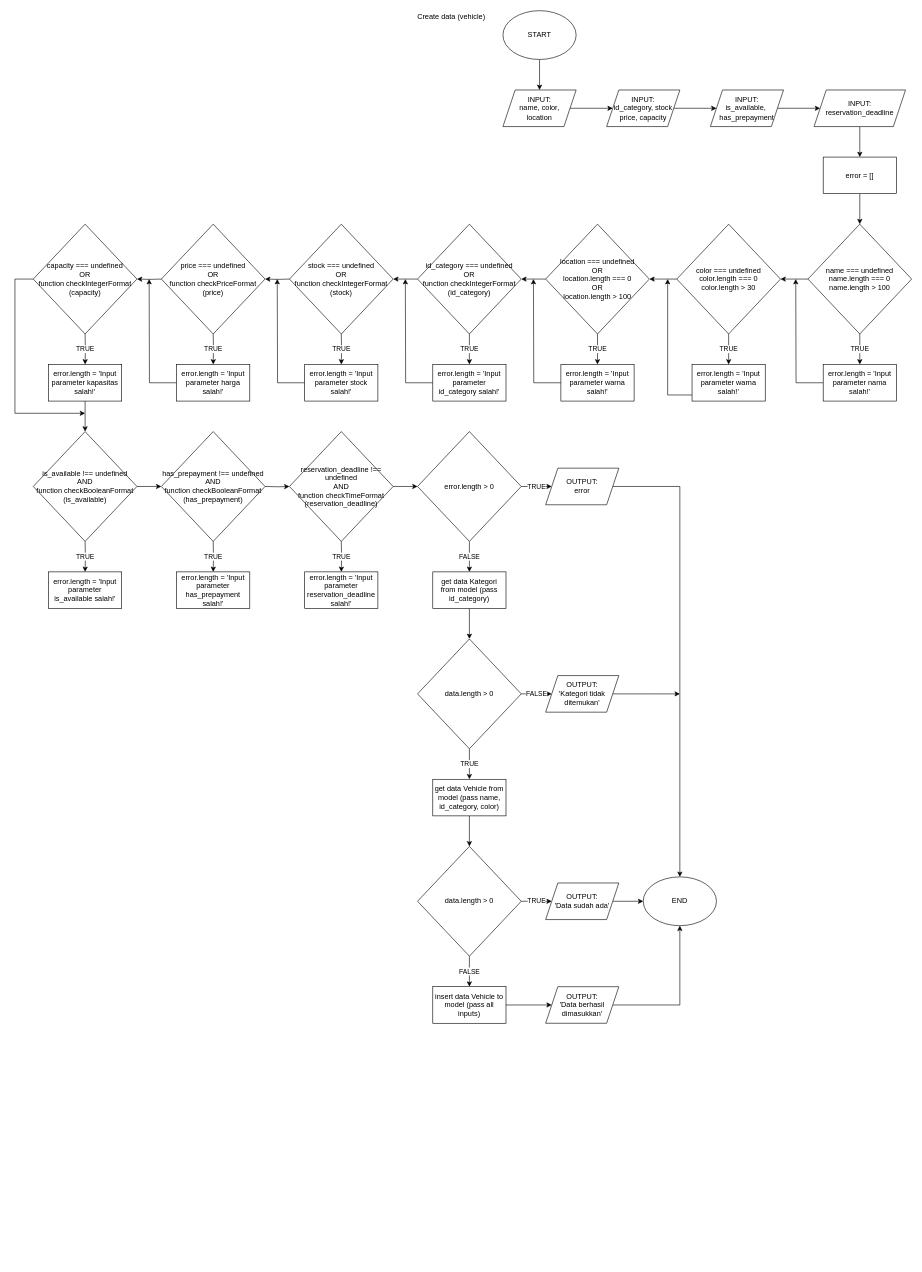
This is page "Insert data (vehicle)" (2 of 6) of drawio/flowchart.drawio from 7shiroi/fw5-backend-beginner, a draw.io file, before an edit. Source tidied: cells renumbered, new cells numbered last; positions are measured from the earlier drawing's top-left corner, leaving out a move shared by most shapes. Both pictures are drawn from the tidied source at 61%, with x=0, y=0 at pixel (15, 10).
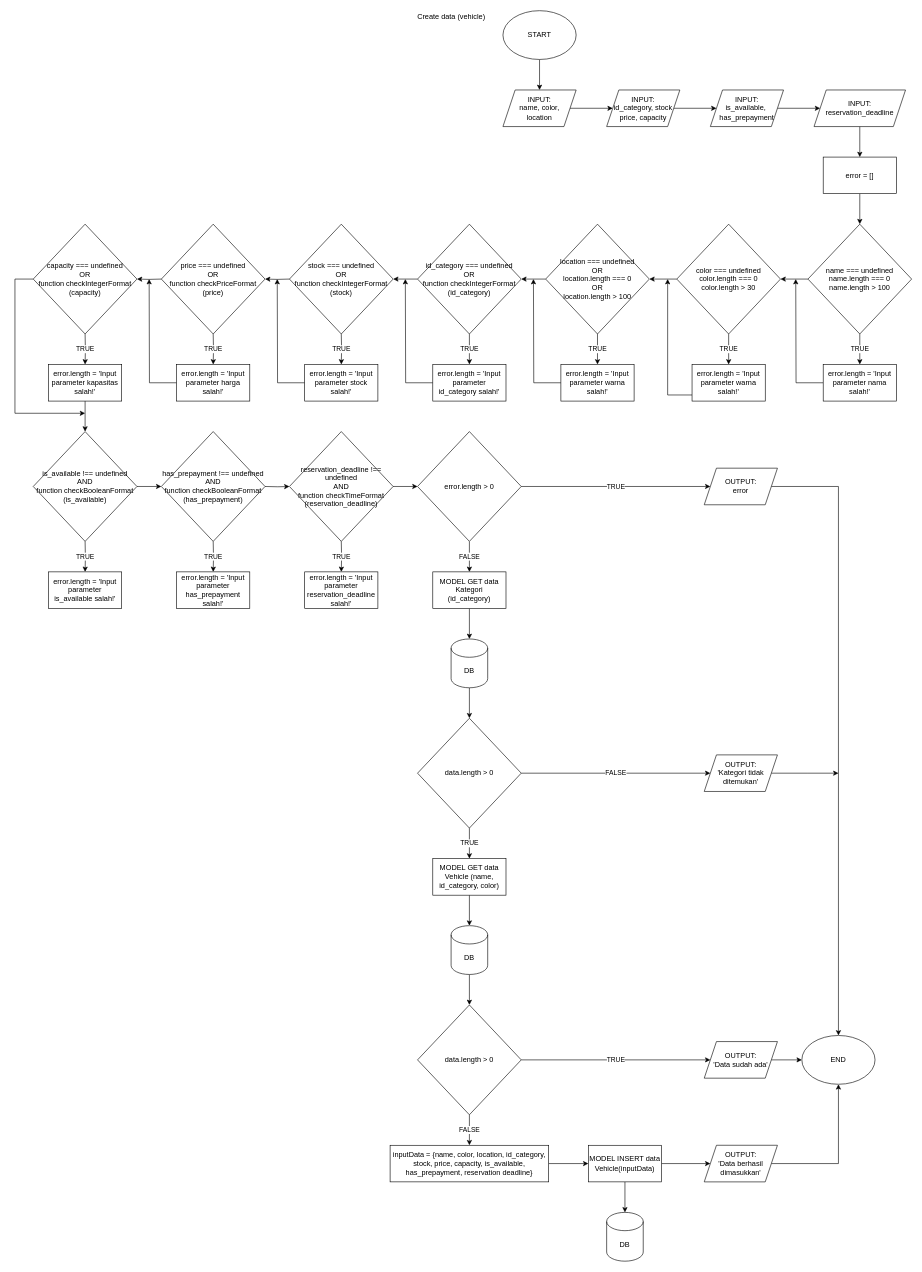
Above is the later version.

Diff of the diagram source:
```diff
@@
     <mxCell id="66" value="OUTPUT:&lt;br&gt;error" style="shape=parallelogram;perimeter=parallelogramPerimeter;whiteSpace=wrap;html=1;fixedSize=1;" parent="1" vertex="1">
-      <mxGeometry x="870" y="750" width="120" height="60" as="geometry" />
+      <mxGeometry x="1130" y="750" width="120" height="60" as="geometry" />
     </mxCell>
-    <mxCell id="67" style="edgeStyle=orthogonalEdgeStyle;rounded=0;jettySize=auto;html=1;" parent="1" edge="1" source="68" target="71">
-      <mxGeometry relative="1" as="geometry" />
-    </mxCell>
+    <mxCell id="86" style="edgeStyle=orthogonalEdgeStyle;rounded=0;jettySize=auto;html=1;" parent="1" edge="1" source="68" target="90">
+      <mxGeometry relative="1" as="geometry" />
+    </mxCell>
-    <mxCell id="68" value="get data Kategori from model (pass id_category)" style="rounded=0;whiteSpace=wrap;html=1;" parent="1" vertex="1">
+    <mxCell id="68" value="MODEL GET data Kategori (id_category)" style="rounded=0;whiteSpace=wrap;html=1;" parent="1" vertex="1">
       <mxGeometry x="685" y="920" width="120" height="60" as="geometry" />
     </mxCell>
@@
     <mxCell id="71" value="data.length &amp;gt; 0" style="rhombus;whiteSpace=wrap;html=1;" parent="1" vertex="1">
-      <mxGeometry x="660" y="1030" width="170" height="180" as="geometry" />
+      <mxGeometry x="660" y="1160" width="170" height="180" as="geometry" />
     </mxCell>
     <mxCell id="72" style="edgeStyle=orthogonalEdgeStyle;rounded=0;jettySize=auto;html=1;" parent="1" edge="1" source="73">
       <mxGeometry relative="1" as="geometry">
-        <mxPoint x="1090" y="1120" as="targetPoint" />
+        <mxPoint x="1350" y="1250" as="targetPoint" />
       </mxGeometry>
     </mxCell>
     <mxCell id="73" value="OUTPUT:&lt;br&gt;'Kategori tidak ditemukan'" style="shape=parallelogram;perimeter=parallelogramPerimeter;whiteSpace=wrap;html=1;fixedSize=1;" parent="1" vertex="1">
-      <mxGeometry x="870" y="1090" width="120" height="60" as="geometry" />
+      <mxGeometry x="1130" y="1220" width="120" height="60" as="geometry" />
     </mxCell>
-    <mxCell id="74" style="edgeStyle=orthogonalEdgeStyle;rounded=0;jettySize=auto;html=1;" parent="1" edge="1" source="75" target="78">
-      <mxGeometry relative="1" as="geometry" />
-    </mxCell>
+    <mxCell id="87" style="edgeStyle=orthogonalEdgeStyle;rounded=0;jettySize=auto;html=1;" parent="1" edge="1" source="75" target="92">
+      <mxGeometry relative="1" as="geometry" />
+    </mxCell>
-    <mxCell id="75" value="get data Vehicle from model (pass name, id_category, color)" style="rounded=0;whiteSpace=wrap;html=1;" parent="1" vertex="1">
-      <mxGeometry x="685" y="1260" width="120" height="60" as="geometry" />
+    <mxCell id="75" value="MODEL GET data Vehicle (name, id_category, color)" style="rounded=0;whiteSpace=wrap;html=1;" parent="1" vertex="1">
+      <mxGeometry x="685" y="1390" width="120" height="60" as="geometry" />
     </mxCell>
@@
-    <mxCell id="77" value="FALSE" style="edgeStyle=orthogonalEdgeStyle;rounded=0;jettySize=auto;html=1;entryX=0.5;entryY=0;entryDx=0;entryDy=0;" parent="1" edge="1" source="78" target="82">
+    <mxCell id="77" value="FALSE" style="edgeStyle=orthogonalEdgeStyle;rounded=0;jettySize=auto;html=1;" parent="1" edge="1" source="78" target="95">
       <mxGeometry relative="1" as="geometry" />
     </mxCell>
     <mxCell id="78" value="data.length &amp;gt; 0" style="rhombus;whiteSpace=wrap;html=1;" parent="1" vertex="1">
-      <mxGeometry x="660" y="1370" width="170" height="180" as="geometry" />
+      <mxGeometry x="660" y="1630" width="170" height="180" as="geometry" />
     </mxCell>
@@
     <mxCell id="80" value="OUTPUT:&lt;br&gt;'Data sudah ada'" style="shape=parallelogram;perimeter=parallelogramPerimeter;whiteSpace=wrap;html=1;fixedSize=1;" parent="1" vertex="1">
-      <mxGeometry x="870" y="1430" width="120" height="60" as="geometry" />
+      <mxGeometry x="1130" y="1690" width="120" height="60" as="geometry" />
     </mxCell>
@@
+    <mxCell id="88" style="edgeStyle=orthogonalEdgeStyle;rounded=0;jettySize=auto;html=1;" parent="1" edge="1" source="82" target="93">
+      <mxGeometry relative="1" as="geometry" />
+    </mxCell>
-    <mxCell id="82" value="insert data Vehicle to model (pass all inputs)" style="rounded=0;whiteSpace=wrap;html=1;" parent="1" vertex="1">
-      <mxGeometry x="685" y="1600" width="120" height="60" as="geometry" />
+    <mxCell id="82" value="MODEL INSERT data Vehicle(inputData)" style="rounded=0;whiteSpace=wrap;html=1;" parent="1" vertex="1">
+      <mxGeometry x="940" y="1860" width="120" height="60" as="geometry" />
     </mxCell>
@@
     <mxCell id="84" value="OUTPUT:&lt;br&gt;'Data berhasil dimasukkan'" style="shape=parallelogram;perimeter=parallelogramPerimeter;whiteSpace=wrap;html=1;fixedSize=1;" parent="1" vertex="1">
-      <mxGeometry x="870" y="1600" width="120" height="60" as="geometry" />
+      <mxGeometry x="1130" y="1860" width="120" height="60" as="geometry" />
     </mxCell>
     <mxCell id="85" value="END" style="ellipse;whiteSpace=wrap;html=1;" parent="1" vertex="1">
-      <mxGeometry x="1030" y="1420" width="120" height="80" as="geometry" />
+      <mxGeometry x="1290" y="1680" width="120" height="80" as="geometry" />
     </mxCell>
+    <mxCell id="89" style="edgeStyle=orthogonalEdgeStyle;rounded=0;jettySize=auto;html=1;" parent="1" edge="1" source="90" target="71">
+      <mxGeometry relative="1" as="geometry" />
+    </mxCell>
+    <mxCell id="90" value="DB" style="shape=cylinder3;whiteSpace=wrap;html=1;boundedLbl=1;backgroundOutline=1;size=15;" parent="1" vertex="1">
+      <mxGeometry x="715" y="1030" width="60" height="80" as="geometry" />
+    </mxCell>
+    <mxCell id="91" style="edgeStyle=orthogonalEdgeStyle;rounded=0;jettySize=auto;html=1;" parent="1" edge="1" source="92" target="78">
+      <mxGeometry relative="1" as="geometry" />
+    </mxCell>
+    <mxCell id="92" value="DB" style="shape=cylinder3;whiteSpace=wrap;html=1;boundedLbl=1;backgroundOutline=1;size=15;" parent="1" vertex="1">
+      <mxGeometry x="715" y="1500" width="60" height="80" as="geometry" />
+    </mxCell>
+    <mxCell id="93" value="DB" style="shape=cylinder3;whiteSpace=wrap;html=1;boundedLbl=1;backgroundOutline=1;size=15;" parent="1" vertex="1">
+      <mxGeometry x="970" y="1970" width="60" height="80" as="geometry" />
+    </mxCell>
+    <mxCell id="94" style="edgeStyle=orthogonalEdgeStyle;rounded=0;jettySize=auto;html=1;" parent="1" edge="1" source="95" target="82">
+      <mxGeometry relative="1" as="geometry" />
+    </mxCell>
+    <mxCell id="95" value="inputData = {name, color, location, id_category, stock, price, capacity, is_available, has_prepayment, reservation deadline}" style="rounded=0;whiteSpace=wrap;html=1;" parent="1" vertex="1">
+      <mxGeometry x="615" y="1860" width="260" height="60" as="geometry" />
+    </mxCell>
```
